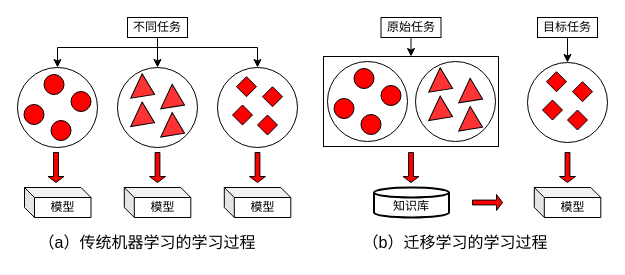
Before: 迁移学习介绍.drawio in sunray42/diagrams, a draw.io diagram. Source tidied: cells renumbered, new cells numbered last; positions are measured from the earlier drawing's top-left corner, leaving out a move shared by most shapes. Both pictures are drawn from the tidied source at 100%, with x=0, y=0 at pixel (17, 17).
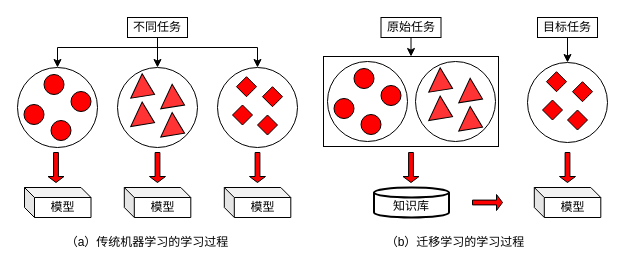
The same page after the edit.

Commit message:
更新迁移学习介绍.drawio

The edit, as a diff of the source:
```diff
@@
-    <mxCell id="28" value="&lt;font style=&quot;font-size: 16px;&quot;&gt;（a）传统机器学习的学习过程&lt;/font&gt;" style="text;html=1;align=center;verticalAlign=middle;whiteSpace=wrap;rounded=0;" parent="1" vertex="1">
+    <mxCell id="28" value="&lt;font style=&quot;font-size: 12px;&quot;&gt;（a）传统机器学习的学习过程&lt;/font&gt;" style="text;html=1;align=center;verticalAlign=middle;whiteSpace=wrap;rounded=0;" parent="1" vertex="1">
       <mxGeometry x="10" y="210" width="240" height="30" as="geometry" />
     </mxCell>
@@
-    <mxCell id="54" value="&lt;font style=&quot;font-size: 16px;&quot;&gt;（b）迁移学习的学习过程&lt;/font&gt;" style="text;html=1;align=center;verticalAlign=middle;whiteSpace=wrap;rounded=0;" parent="1" vertex="1">
+    <mxCell id="54" value="&lt;font style=&quot;font-size: 12px;&quot;&gt;（b）迁移学习的学习过程&lt;/font&gt;" style="text;html=1;align=center;verticalAlign=middle;whiteSpace=wrap;rounded=0;" parent="1" vertex="1">
       <mxGeometry x="318" y="210" width="240" height="30" as="geometry" />
     </mxCell>
```
